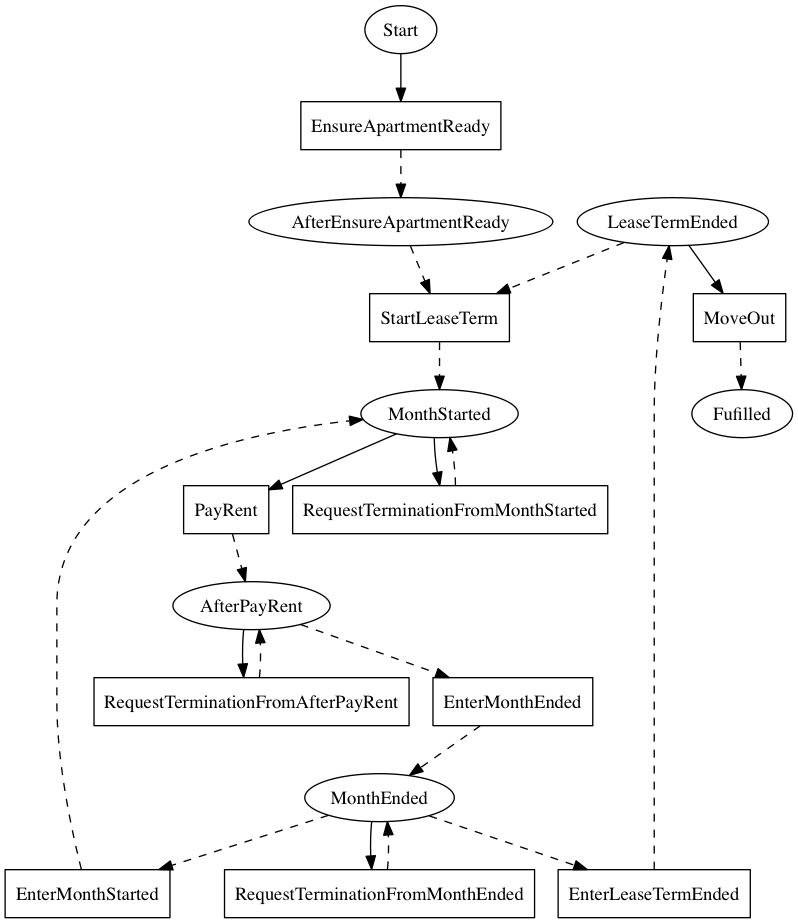
Before: linear_state_machine_language/pyL4/examples_graphviz_gen/from_academic_lit/hvitved_lease.png, a diagram exported from Graphviz (Marcao02/complaw-deeptech). Its source is kept beside it as linear_state_machine_language/pyL4/examples_graphviz_gen/from_academic_lit/hvitved_lease.dot. Its diagram source:
```dot

digraph Lease_Hvitved {
    Fulfilled[label=Fufilled];
    Start[label=Start];
	AfterEnsureApartmentReady[label=AfterEnsureApartmentReady];
	MonthStarted[label=MonthStarted];
	AfterPayRent[label=AfterPayRent];
	MonthEnded[label=MonthEnded];
	LeaseTermEnded[label=LeaseTermEnded]


    RequestTerminationFromMonthStarted[label=RequestTerminationFromMonthStarted,shape=box];
	RequestTerminationFromAfterPayRent[label=RequestTerminationFromAfterPayRent,shape=box];
	RequestTerminationFromMonthEnded[label=RequestTerminationFromMonthEnded,shape=box];
	EnsureApartmentReady[label=EnsureApartmentReady,shape=box];
	StartLeaseTerm[label=StartLeaseTerm,shape=box];
	EnterMonthStarted[label=EnterMonthStarted,shape=box];
	PayRent[label=PayRent,shape=box];
	EnterMonthEnded[label=EnterMonthEnded,shape=box];
	EnterLeaseTermEnded[label=EnterLeaseTermEnded,shape=box];
	MoveOut[label=MoveOut,shape=box]



    Start -> EnsureApartmentReady;
	AfterEnsureApartmentReady -> StartLeaseTerm [style=dashed];
	MonthStarted -> PayRent;
	MonthStarted -> RequestTerminationFromMonthStarted;
	AfterPayRent -> EnterMonthEnded [style=dashed];
	AfterPayRent -> RequestTerminationFromAfterPayRent;
	MonthEnded -> EnterLeaseTermEnded [style=dashed];
	MonthEnded -> EnterMonthStarted [style=dashed];
	MonthEnded -> RequestTerminationFromMonthEnded;
	LeaseTermEnded -> MoveOut;
	LeaseTermEnded -> StartLeaseTerm [style=dashed]

    RequestTerminationFromMonthStarted -> MonthStarted [style=dashed];
	RequestTerminationFromAfterPayRent -> AfterPayRent [style=dashed];
	RequestTerminationFromMonthEnded -> MonthEnded [style=dashed];
	EnsureApartmentReady -> AfterEnsureApartmentReady [style=dashed];
	StartLeaseTerm -> MonthStarted [style=dashed];
	EnterMonthStarted -> MonthStarted [style=dashed];
	PayRent -> AfterPayRent [style=dashed];
	EnterMonthEnded -> MonthEnded [style=dashed];
	EnterLeaseTermEnded -> LeaseTermEnded [style=dashed];
	MoveOut -> Fulfilled [style=dashed]
}
```
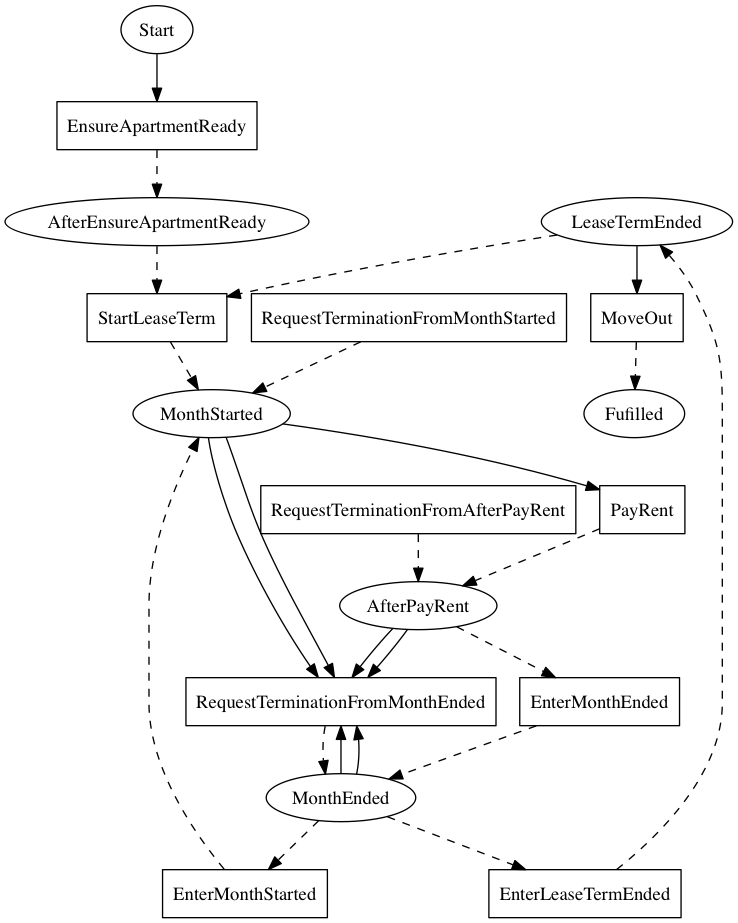
Above is the later version.

The edit, as a diff of the source:
```diff
@@ -25,11 +25,14 @@
     Start -> EnsureApartmentReady;
 	AfterEnsureApartmentReady -> StartLeaseTerm [style=dashed];
 	MonthStarted -> PayRent;
-	MonthStarted -> RequestTerminationFromMonthStarted;
+	MonthStarted -> RequestTerminationFromMonthEnded;
+	MonthStarted -> RequestTerminationFromMonthEnded;
 	AfterPayRent -> EnterMonthEnded [style=dashed];
-	AfterPayRent -> RequestTerminationFromAfterPayRent;
+	AfterPayRent -> RequestTerminationFromMonthEnded;
+	AfterPayRent -> RequestTerminationFromMonthEnded;
 	MonthEnded -> EnterLeaseTermEnded [style=dashed];
 	MonthEnded -> EnterMonthStarted [style=dashed];
+	MonthEnded -> RequestTerminationFromMonthEnded;
 	MonthEnded -> RequestTerminationFromMonthEnded;
 	LeaseTermEnded -> MoveOut;
 	LeaseTermEnded -> StartLeaseTerm [style=dashed]
```
